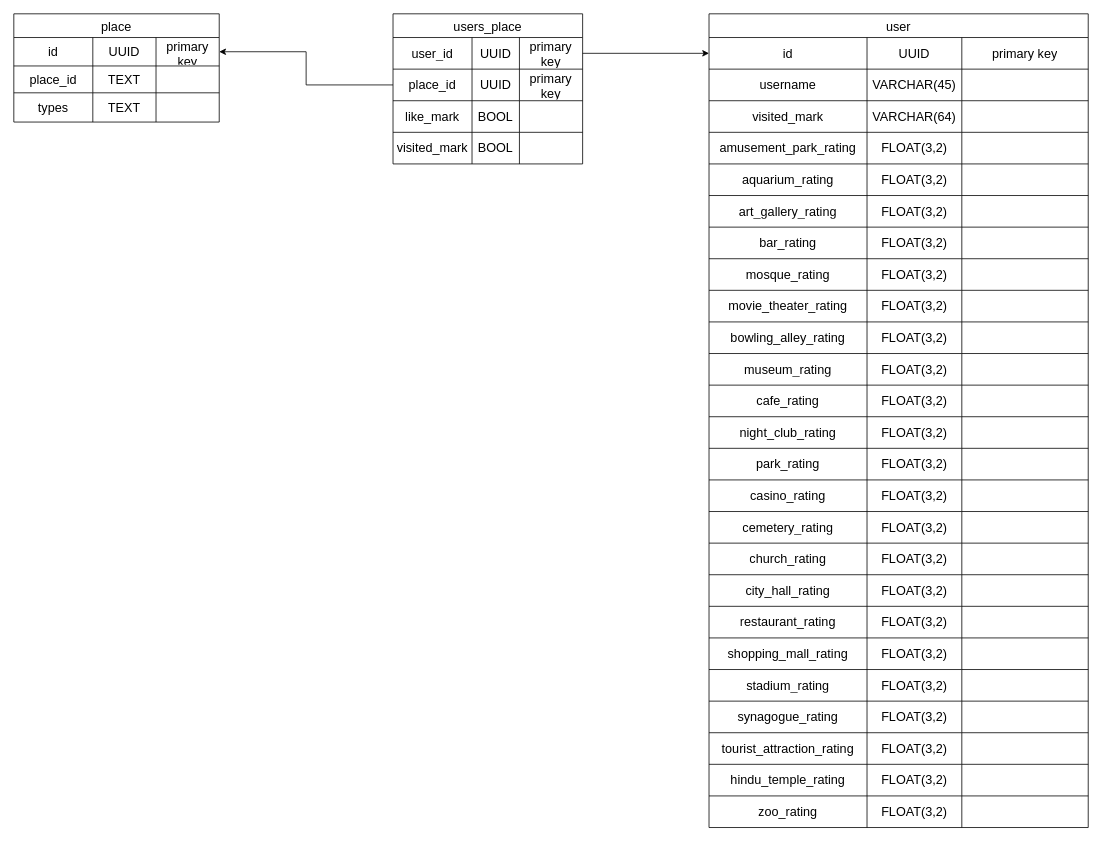
The draw.io diagram db/arch/db architecture.drawio in FackOff25/GradProjectDevOps, before the edit. Source tidied: cells renumbered, new cells numbered last; positions are measured from the earlier drawing's top-left corner, leaving out a move shared by most shapes. Both pictures are drawn from the tidied source at 79%, with x=0, y=0 at pixel (13, 13).
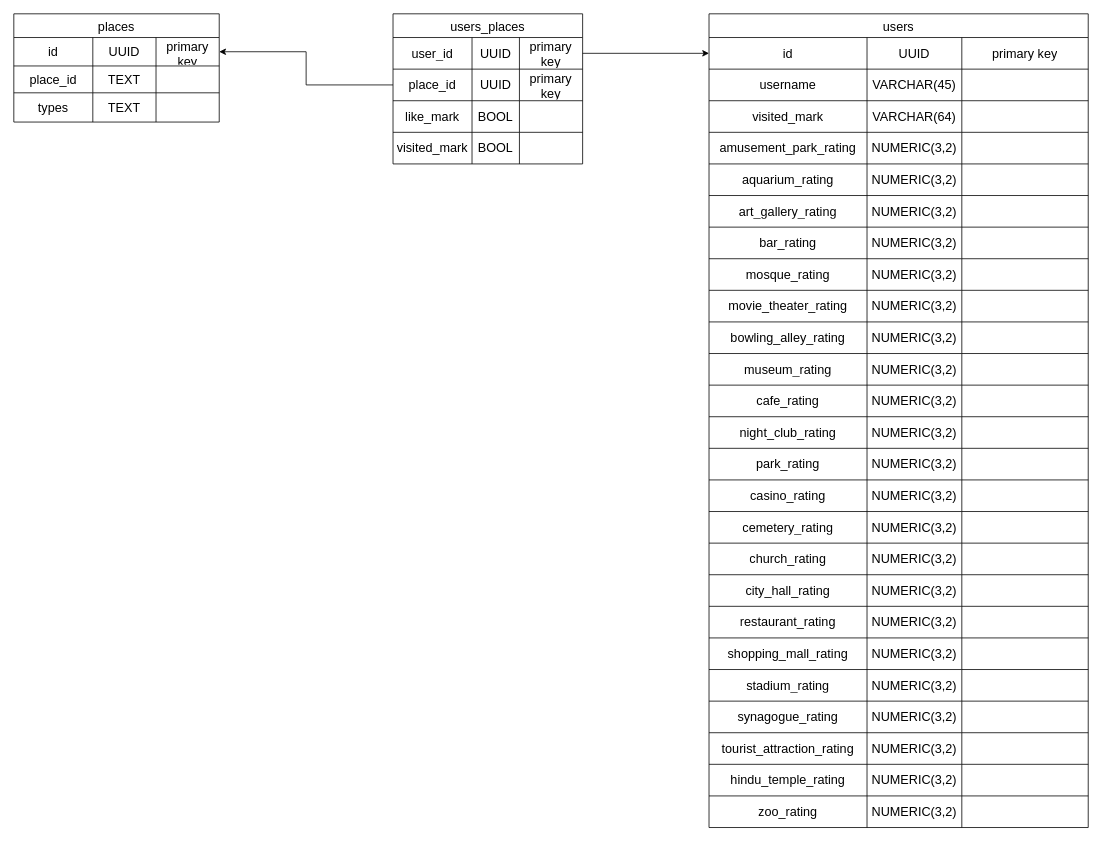
The same diagram, later.

Unchanged cells that the change refers to:
```xml
<mxCell id="28" style="shape=tableRow;horizontal=0;startSize=0;swimlaneHead=0;swimlaneBody=0;strokeColor=inherit;top=0;left=0;bottom=0;right=0;fillColor=none;fontSize=16;" parent="15" vertex="1">
  <mxGeometry y="150" width="480" height="40" as="geometry" />
</mxCell>
<mxCell id="32" style="shape=tableRow;horizontal=0;startSize=0;swimlaneHead=0;swimlaneBody=0;strokeColor=inherit;top=0;left=0;bottom=0;right=0;fillColor=none;fontSize=16;" parent="15" vertex="1">
  <mxGeometry y="190" width="480" height="40" as="geometry" />
</mxCell>
<mxCell id="36" style="shape=tableRow;horizontal=0;startSize=0;swimlaneHead=0;swimlaneBody=0;strokeColor=inherit;top=0;left=0;bottom=0;right=0;fillColor=none;fontSize=16;" parent="15" vertex="1">
  <mxGeometry y="230" width="480" height="40" as="geometry" />
</mxCell>
<mxCell id="40" style="shape=tableRow;horizontal=0;startSize=0;swimlaneHead=0;swimlaneBody=0;strokeColor=inherit;top=0;left=0;bottom=0;right=0;fillColor=none;fontSize=16;" parent="15" vertex="1">
  <mxGeometry y="270" width="480" height="40" as="geometry" />
</mxCell>
<mxCell id="44" style="shape=tableRow;horizontal=0;startSize=0;swimlaneHead=0;swimlaneBody=0;strokeColor=inherit;top=0;left=0;bottom=0;right=0;fillColor=none;fontSize=16;" parent="15" vertex="1">
  <mxGeometry y="310" width="480" height="40" as="geometry" />
</mxCell>
<mxCell id="48" style="shape=tableRow;horizontal=0;startSize=0;swimlaneHead=0;swimlaneBody=0;strokeColor=inherit;top=0;left=0;bottom=0;right=0;fillColor=none;fontSize=16;" parent="15" vertex="1">
  <mxGeometry y="350" width="480" height="40" as="geometry" />
</mxCell>
<mxCell id="52" style="shape=tableRow;horizontal=0;startSize=0;swimlaneHead=0;swimlaneBody=0;strokeColor=inherit;top=0;left=0;bottom=0;right=0;fillColor=none;fontSize=16;" parent="15" vertex="1">
  <mxGeometry y="390" width="480" height="40" as="geometry" />
</mxCell>
<mxCell id="56" style="shape=tableRow;horizontal=0;startSize=0;swimlaneHead=0;swimlaneBody=0;strokeColor=inherit;top=0;left=0;bottom=0;right=0;fillColor=none;fontSize=16;" parent="15" vertex="1">
  <mxGeometry y="430" width="480" height="40" as="geometry" />
</mxCell>
<mxCell id="60" style="shape=tableRow;horizontal=0;startSize=0;swimlaneHead=0;swimlaneBody=0;strokeColor=inherit;top=0;left=0;bottom=0;right=0;fillColor=none;fontSize=16;" parent="15" vertex="1">
  <mxGeometry y="470" width="480" height="40" as="geometry" />
</mxCell>
<mxCell id="64" style="shape=tableRow;horizontal=0;startSize=0;swimlaneHead=0;swimlaneBody=0;strokeColor=inherit;top=0;left=0;bottom=0;right=0;fillColor=none;fontSize=16;" parent="15" vertex="1">
  <mxGeometry y="510" width="480" height="40" as="geometry" />
</mxCell>
<mxCell id="68" style="shape=tableRow;horizontal=0;startSize=0;swimlaneHead=0;swimlaneBody=0;strokeColor=inherit;top=0;left=0;bottom=0;right=0;fillColor=none;fontSize=16;" parent="15" vertex="1">
  <mxGeometry y="550" width="480" height="40" as="geometry" />
</mxCell>
<mxCell id="72" style="shape=tableRow;horizontal=0;startSize=0;swimlaneHead=0;swimlaneBody=0;strokeColor=inherit;top=0;left=0;bottom=0;right=0;fillColor=none;fontSize=16;" parent="15" vertex="1">
  <mxGeometry y="590" width="480" height="40" as="geometry" />
</mxCell>
<mxCell id="76" style="shape=tableRow;horizontal=0;startSize=0;swimlaneHead=0;swimlaneBody=0;strokeColor=inherit;top=0;left=0;bottom=0;right=0;fillColor=none;fontSize=16;" parent="15" vertex="1">
  <mxGeometry y="630" width="480" height="40" as="geometry" />
</mxCell>
<mxCell id="80" style="shape=tableRow;horizontal=0;startSize=0;swimlaneHead=0;swimlaneBody=0;strokeColor=inherit;top=0;left=0;bottom=0;right=0;fillColor=none;fontSize=16;" parent="15" vertex="1">
  <mxGeometry y="670" width="480" height="40" as="geometry" />
</mxCell>
<mxCell id="84" style="shape=tableRow;horizontal=0;startSize=0;swimlaneHead=0;swimlaneBody=0;strokeColor=inherit;top=0;left=0;bottom=0;right=0;fillColor=none;fontSize=16;" parent="15" vertex="1">
  <mxGeometry y="710" width="480" height="40" as="geometry" />
</mxCell>
<mxCell id="88" style="shape=tableRow;horizontal=0;startSize=0;swimlaneHead=0;swimlaneBody=0;strokeColor=inherit;top=0;left=0;bottom=0;right=0;fillColor=none;fontSize=16;" parent="15" vertex="1">
  <mxGeometry y="750" width="480" height="40" as="geometry" />
</mxCell>
<mxCell id="92" style="shape=tableRow;horizontal=0;startSize=0;swimlaneHead=0;swimlaneBody=0;strokeColor=inherit;top=0;left=0;bottom=0;right=0;fillColor=none;fontSize=16;" parent="15" vertex="1">
  <mxGeometry y="790" width="480" height="40" as="geometry" />
</mxCell>
<mxCell id="96" style="shape=tableRow;horizontal=0;startSize=0;swimlaneHead=0;swimlaneBody=0;strokeColor=inherit;top=0;left=0;bottom=0;right=0;fillColor=none;fontSize=16;" parent="15" vertex="1">
  <mxGeometry y="830" width="480" height="40" as="geometry" />
</mxCell>
<mxCell id="100" style="shape=tableRow;horizontal=0;startSize=0;swimlaneHead=0;swimlaneBody=0;strokeColor=inherit;top=0;left=0;bottom=0;right=0;fillColor=none;fontSize=16;" parent="15" vertex="1">
  <mxGeometry y="870" width="480" height="40" as="geometry" />
</mxCell>
<mxCell id="104" style="shape=tableRow;horizontal=0;startSize=0;swimlaneHead=0;swimlaneBody=0;strokeColor=inherit;top=0;left=0;bottom=0;right=0;fillColor=none;fontSize=16;" parent="15" vertex="1">
  <mxGeometry y="910" width="480" height="40" as="geometry" />
</mxCell>
<mxCell id="108" style="shape=tableRow;horizontal=0;startSize=0;swimlaneHead=0;swimlaneBody=0;strokeColor=inherit;top=0;left=0;bottom=0;right=0;fillColor=none;fontSize=16;" parent="15" vertex="1">
  <mxGeometry y="950" width="480" height="40" as="geometry" />
</mxCell>
<mxCell id="112" style="shape=tableRow;horizontal=0;startSize=0;swimlaneHead=0;swimlaneBody=0;strokeColor=inherit;top=0;left=0;bottom=0;right=0;fillColor=none;fontSize=16;" parent="15" vertex="1">
  <mxGeometry y="990" width="480" height="40" as="geometry" />
</mxCell>
```

Change to the diagram source:
```diff
@@
-    <mxCell id="2" value="place" style="shape=table;startSize=30;childLayout=tableLayout;strokeColor=default;fontSize=16;" parent="1" vertex="1">
+    <mxCell id="2" value="places" style="shape=table;startSize=30;childLayout=tableLayout;strokeColor=default;fontSize=16;" parent="1" vertex="1">
       <mxGeometry width="260" height="137" as="geometry" />
     </mxCell>
@@
-    <mxCell id="15" value="user" style="shape=table;startSize=30;childLayout=tableLayout;strokeColor=default;fontSize=16;" parent="1" vertex="1">
+    <mxCell id="15" value="users" style="shape=table;startSize=30;childLayout=tableLayout;strokeColor=default;fontSize=16;" parent="1" vertex="1">
       <mxGeometry x="880" width="480" height="1030" as="geometry" />
     </mxCell>
@@
-    <mxCell id="30" value="FLOAT(3,2)" style="shape=partialRectangle;html=1;whiteSpace=wrap;strokeColor=inherit;overflow=hidden;fillColor=none;top=0;left=0;bottom=0;right=0;fontSize=16;" parent="28" vertex="1">
+    <mxCell id="30" value="NUMERIC(3,2)" style="shape=partialRectangle;html=1;whiteSpace=wrap;strokeColor=inherit;overflow=hidden;fillColor=none;top=0;left=0;bottom=0;right=0;fontSize=16;" parent="28" vertex="1">
       <mxGeometry x="200" width="120" height="40" as="geometry" />
     </mxCell>
@@
-    <mxCell id="34" value="FLOAT(3,2)" style="shape=partialRectangle;html=1;whiteSpace=wrap;strokeColor=inherit;overflow=hidden;fillColor=none;top=0;left=0;bottom=0;right=0;fontSize=16;" parent="32" vertex="1">
+    <mxCell id="34" value="NUMERIC(3,2)" style="shape=partialRectangle;html=1;whiteSpace=wrap;strokeColor=inherit;overflow=hidden;fillColor=none;top=0;left=0;bottom=0;right=0;fontSize=16;" parent="32" vertex="1">
       <mxGeometry x="200" width="120" height="40" as="geometry" />
     </mxCell>
@@
-    <mxCell id="38" value="FLOAT(3,2)" style="shape=partialRectangle;html=1;whiteSpace=wrap;strokeColor=inherit;overflow=hidden;fillColor=none;top=0;left=0;bottom=0;right=0;fontSize=16;" parent="36" vertex="1">
+    <mxCell id="38" value="NUMERIC(3,2)" style="shape=partialRectangle;html=1;whiteSpace=wrap;strokeColor=inherit;overflow=hidden;fillColor=none;top=0;left=0;bottom=0;right=0;fontSize=16;" parent="36" vertex="1">
       <mxGeometry x="200" width="120" height="40" as="geometry" />
     </mxCell>
@@
-    <mxCell id="42" value="FLOAT(3,2)" style="shape=partialRectangle;html=1;whiteSpace=wrap;strokeColor=inherit;overflow=hidden;fillColor=none;top=0;left=0;bottom=0;right=0;fontSize=16;" parent="40" vertex="1">
+    <mxCell id="42" value="NUMERIC(3,2)" style="shape=partialRectangle;html=1;whiteSpace=wrap;strokeColor=inherit;overflow=hidden;fillColor=none;top=0;left=0;bottom=0;right=0;fontSize=16;" parent="40" vertex="1">
       <mxGeometry x="200" width="120" height="40" as="geometry" />
     </mxCell>
@@
-    <mxCell id="46" value="FLOAT(3,2)" style="shape=partialRectangle;html=1;whiteSpace=wrap;strokeColor=inherit;overflow=hidden;fillColor=none;top=0;left=0;bottom=0;right=0;fontSize=16;" parent="44" vertex="1">
+    <mxCell id="46" value="NUMERIC(3,2)" style="shape=partialRectangle;html=1;whiteSpace=wrap;strokeColor=inherit;overflow=hidden;fillColor=none;top=0;left=0;bottom=0;right=0;fontSize=16;" parent="44" vertex="1">
       <mxGeometry x="200" width="120" height="40" as="geometry" />
     </mxCell>
@@
-    <mxCell id="50" value="FLOAT(3,2)" style="shape=partialRectangle;html=1;whiteSpace=wrap;strokeColor=inherit;overflow=hidden;fillColor=none;top=0;left=0;bottom=0;right=0;fontSize=16;" parent="48" vertex="1">
+    <mxCell id="50" value="NUMERIC(3,2)" style="shape=partialRectangle;html=1;whiteSpace=wrap;strokeColor=inherit;overflow=hidden;fillColor=none;top=0;left=0;bottom=0;right=0;fontSize=16;" parent="48" vertex="1">
       <mxGeometry x="200" width="120" height="40" as="geometry" />
     </mxCell>
@@
-    <mxCell id="54" value="FLOAT(3,2)" style="shape=partialRectangle;html=1;whiteSpace=wrap;strokeColor=inherit;overflow=hidden;fillColor=none;top=0;left=0;bottom=0;right=0;fontSize=16;" parent="52" vertex="1">
+    <mxCell id="54" value="NUMERIC(3,2)" style="shape=partialRectangle;html=1;whiteSpace=wrap;strokeColor=inherit;overflow=hidden;fillColor=none;top=0;left=0;bottom=0;right=0;fontSize=16;" parent="52" vertex="1">
       <mxGeometry x="200" width="120" height="40" as="geometry" />
     </mxCell>
@@
-    <mxCell id="58" value="FLOAT(3,2)" style="shape=partialRectangle;html=1;whiteSpace=wrap;strokeColor=inherit;overflow=hidden;fillColor=none;top=0;left=0;bottom=0;right=0;fontSize=16;" parent="56" vertex="1">
+    <mxCell id="58" value="NUMERIC(3,2)" style="shape=partialRectangle;html=1;whiteSpace=wrap;strokeColor=inherit;overflow=hidden;fillColor=none;top=0;left=0;bottom=0;right=0;fontSize=16;" parent="56" vertex="1">
       <mxGeometry x="200" width="120" height="40" as="geometry" />
     </mxCell>
@@
-    <mxCell id="62" value="FLOAT(3,2)" style="shape=partialRectangle;html=1;whiteSpace=wrap;strokeColor=inherit;overflow=hidden;fillColor=none;top=0;left=0;bottom=0;right=0;fontSize=16;" parent="60" vertex="1">
+    <mxCell id="62" value="NUMERIC(3,2)" style="shape=partialRectangle;html=1;whiteSpace=wrap;strokeColor=inherit;overflow=hidden;fillColor=none;top=0;left=0;bottom=0;right=0;fontSize=16;" parent="60" vertex="1">
       <mxGeometry x="200" width="120" height="40" as="geometry" />
     </mxCell>
@@
-    <mxCell id="66" value="FLOAT(3,2)" style="shape=partialRectangle;html=1;whiteSpace=wrap;strokeColor=inherit;overflow=hidden;fillColor=none;top=0;left=0;bottom=0;right=0;fontSize=16;" parent="64" vertex="1">
+    <mxCell id="66" value="NUMERIC(3,2)" style="shape=partialRectangle;html=1;whiteSpace=wrap;strokeColor=inherit;overflow=hidden;fillColor=none;top=0;left=0;bottom=0;right=0;fontSize=16;" parent="64" vertex="1">
       <mxGeometry x="200" width="120" height="40" as="geometry" />
     </mxCell>
@@
-    <mxCell id="70" value="FLOAT(3,2)" style="shape=partialRectangle;html=1;whiteSpace=wrap;strokeColor=inherit;overflow=hidden;fillColor=none;top=0;left=0;bottom=0;right=0;fontSize=16;" parent="68" vertex="1">
+    <mxCell id="70" value="NUMERIC(3,2)" style="shape=partialRectangle;html=1;whiteSpace=wrap;strokeColor=inherit;overflow=hidden;fillColor=none;top=0;left=0;bottom=0;right=0;fontSize=16;" parent="68" vertex="1">
       <mxGeometry x="200" width="120" height="40" as="geometry" />
     </mxCell>
@@
-    <mxCell id="74" value="FLOAT(3,2)" style="shape=partialRectangle;html=1;whiteSpace=wrap;strokeColor=inherit;overflow=hidden;fillColor=none;top=0;left=0;bottom=0;right=0;fontSize=16;" parent="72" vertex="1">
+    <mxCell id="74" value="NUMERIC(3,2)" style="shape=partialRectangle;html=1;whiteSpace=wrap;strokeColor=inherit;overflow=hidden;fillColor=none;top=0;left=0;bottom=0;right=0;fontSize=16;" parent="72" vertex="1">
       <mxGeometry x="200" width="120" height="40" as="geometry" />
     </mxCell>
@@
-    <mxCell id="78" value="FLOAT(3,2)" style="shape=partialRectangle;html=1;whiteSpace=wrap;strokeColor=inherit;overflow=hidden;fillColor=none;top=0;left=0;bottom=0;right=0;fontSize=16;" parent="76" vertex="1">
+    <mxCell id="78" value="NUMERIC(3,2)" style="shape=partialRectangle;html=1;whiteSpace=wrap;strokeColor=inherit;overflow=hidden;fillColor=none;top=0;left=0;bottom=0;right=0;fontSize=16;" parent="76" vertex="1">
       <mxGeometry x="200" width="120" height="40" as="geometry" />
     </mxCell>
@@
-    <mxCell id="82" value="FLOAT(3,2)" style="shape=partialRectangle;html=1;whiteSpace=wrap;strokeColor=inherit;overflow=hidden;fillColor=none;top=0;left=0;bottom=0;right=0;fontSize=16;" parent="80" vertex="1">
+    <mxCell id="82" value="NUMERIC(3,2)" style="shape=partialRectangle;html=1;whiteSpace=wrap;strokeColor=inherit;overflow=hidden;fillColor=none;top=0;left=0;bottom=0;right=0;fontSize=16;" parent="80" vertex="1">
       <mxGeometry x="200" width="120" height="40" as="geometry" />
     </mxCell>
@@
-    <mxCell id="86" value="FLOAT(3,2)" style="shape=partialRectangle;html=1;whiteSpace=wrap;strokeColor=inherit;overflow=hidden;fillColor=none;top=0;left=0;bottom=0;right=0;fontSize=16;" parent="84" vertex="1">
+    <mxCell id="86" value="NUMERIC(3,2)" style="shape=partialRectangle;html=1;whiteSpace=wrap;strokeColor=inherit;overflow=hidden;fillColor=none;top=0;left=0;bottom=0;right=0;fontSize=16;" parent="84" vertex="1">
       <mxGeometry x="200" width="120" height="40" as="geometry" />
     </mxCell>
@@
-    <mxCell id="90" value="FLOAT(3,2)" style="shape=partialRectangle;html=1;whiteSpace=wrap;strokeColor=inherit;overflow=hidden;fillColor=none;top=0;left=0;bottom=0;right=0;fontSize=16;" parent="88" vertex="1">
+    <mxCell id="90" value="NUMERIC(3,2)" style="shape=partialRectangle;html=1;whiteSpace=wrap;strokeColor=inherit;overflow=hidden;fillColor=none;top=0;left=0;bottom=0;right=0;fontSize=16;" parent="88" vertex="1">
       <mxGeometry x="200" width="120" height="40" as="geometry" />
     </mxCell>
@@
-    <mxCell id="94" value="FLOAT(3,2)" style="shape=partialRectangle;html=1;whiteSpace=wrap;strokeColor=inherit;overflow=hidden;fillColor=none;top=0;left=0;bottom=0;right=0;fontSize=16;" parent="92" vertex="1">
+    <mxCell id="94" value="NUMERIC(3,2)" style="shape=partialRectangle;html=1;whiteSpace=wrap;strokeColor=inherit;overflow=hidden;fillColor=none;top=0;left=0;bottom=0;right=0;fontSize=16;" parent="92" vertex="1">
       <mxGeometry x="200" width="120" height="40" as="geometry" />
     </mxCell>
@@
-    <mxCell id="98" value="FLOAT(3,2)" style="shape=partialRectangle;html=1;whiteSpace=wrap;strokeColor=inherit;overflow=hidden;fillColor=none;top=0;left=0;bottom=0;right=0;fontSize=16;" parent="96" vertex="1">
+    <mxCell id="98" value="NUMERIC(3,2)" style="shape=partialRectangle;html=1;whiteSpace=wrap;strokeColor=inherit;overflow=hidden;fillColor=none;top=0;left=0;bottom=0;right=0;fontSize=16;" parent="96" vertex="1">
       <mxGeometry x="200" width="120" height="40" as="geometry" />
     </mxCell>
@@
-    <mxCell id="102" value="FLOAT(3,2)" style="shape=partialRectangle;html=1;whiteSpace=wrap;strokeColor=inherit;overflow=hidden;fillColor=none;top=0;left=0;bottom=0;right=0;fontSize=16;" parent="100" vertex="1">
+    <mxCell id="102" value="NUMERIC(3,2)" style="shape=partialRectangle;html=1;whiteSpace=wrap;strokeColor=inherit;overflow=hidden;fillColor=none;top=0;left=0;bottom=0;right=0;fontSize=16;" parent="100" vertex="1">
       <mxGeometry x="200" width="120" height="40" as="geometry" />
     </mxCell>
@@
-    <mxCell id="106" value="FLOAT(3,2)" style="shape=partialRectangle;html=1;whiteSpace=wrap;strokeColor=inherit;overflow=hidden;fillColor=none;top=0;left=0;bottom=0;right=0;fontSize=16;" parent="104" vertex="1">
+    <mxCell id="106" value="NUMERIC(3,2)" style="shape=partialRectangle;html=1;whiteSpace=wrap;strokeColor=inherit;overflow=hidden;fillColor=none;top=0;left=0;bottom=0;right=0;fontSize=16;" parent="104" vertex="1">
       <mxGeometry x="200" width="120" height="40" as="geometry" />
     </mxCell>
@@
-    <mxCell id="110" value="FLOAT(3,2)" style="shape=partialRectangle;html=1;whiteSpace=wrap;strokeColor=inherit;overflow=hidden;fillColor=none;top=0;left=0;bottom=0;right=0;fontSize=16;" parent="108" vertex="1">
+    <mxCell id="110" value="NUMERIC(3,2)" style="shape=partialRectangle;html=1;whiteSpace=wrap;strokeColor=inherit;overflow=hidden;fillColor=none;top=0;left=0;bottom=0;right=0;fontSize=16;" parent="108" vertex="1">
       <mxGeometry x="200" width="120" height="40" as="geometry" />
     </mxCell>
@@
-    <mxCell id="114" value="FLOAT(3,2)" style="shape=partialRectangle;html=1;whiteSpace=wrap;strokeColor=inherit;overflow=hidden;fillColor=none;top=0;left=0;bottom=0;right=0;fontSize=16;" parent="112" vertex="1">
+    <mxCell id="114" value="NUMERIC(3,2)" style="shape=partialRectangle;html=1;whiteSpace=wrap;strokeColor=inherit;overflow=hidden;fillColor=none;top=0;left=0;bottom=0;right=0;fontSize=16;" parent="112" vertex="1">
       <mxGeometry x="200" width="120" height="40" as="geometry" />
     </mxCell>
@@
-    <mxCell id="116" value="users_place" style="shape=table;startSize=30;childLayout=tableLayout;strokeColor=default;fontSize=16;" parent="1" vertex="1">
+    <mxCell id="116" value="users_places" style="shape=table;startSize=30;childLayout=tableLayout;strokeColor=default;fontSize=16;" parent="1" vertex="1">
       <mxGeometry x="480" width="240" height="190" as="geometry" />
     </mxCell>
```
